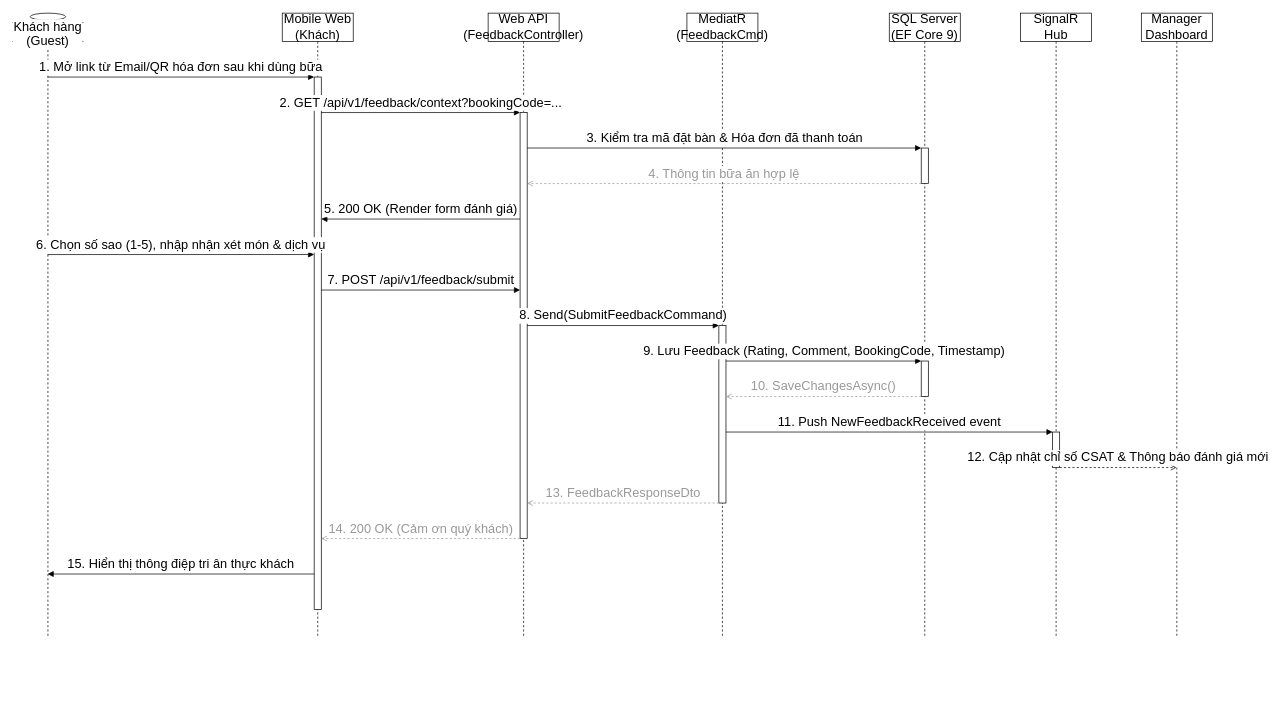
AndrewQng/VinDining keeps this draw.io diagram as docs/phase1/drawio/sd12_guest_feedback.drawio. Above is the earlier version. Source tidied: cells renumbered, new cells numbered last; positions are measured from the earlier drawing's top-left corner, leaving out a move shared by most shapes. Both pictures are drawn from the tidied source at 71%, with x=0, y=0 at pixel (12, 13).
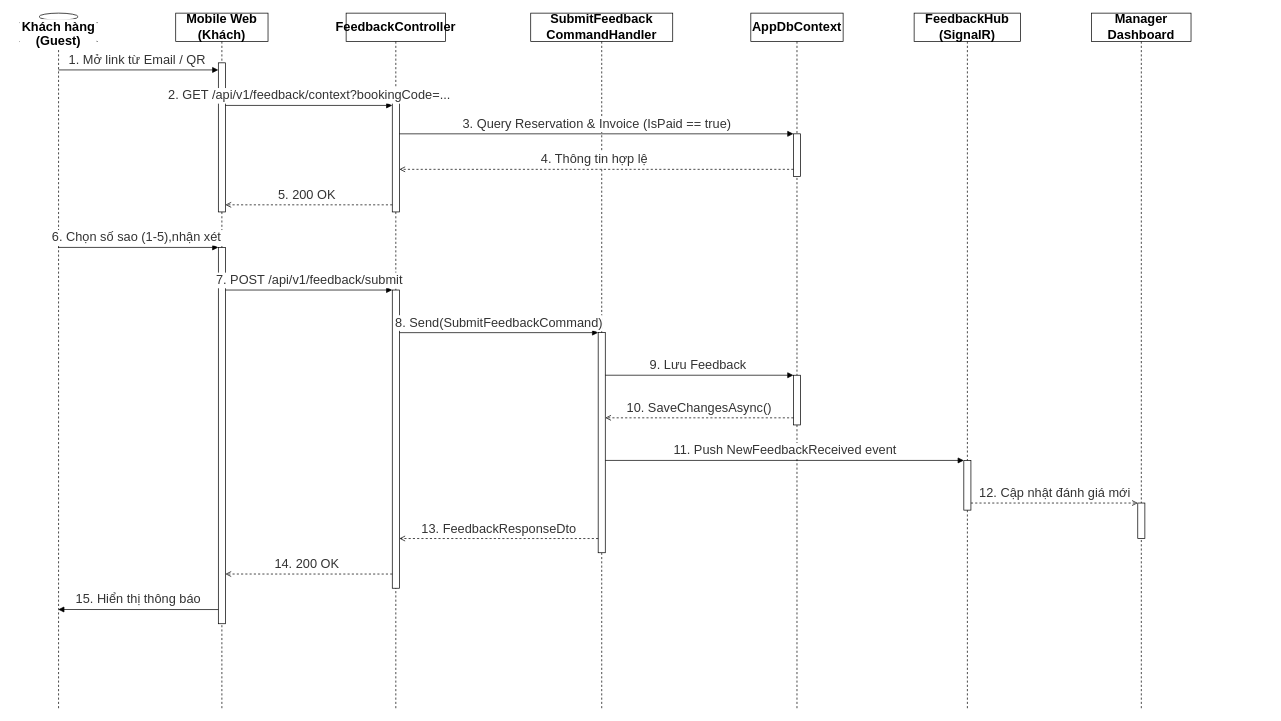
Above is the later version.

The edit, as a diff of the source:
```diff
@@
-    <mxCell id="2" value="Khách hàng (Guest)" style="shape=umlLifeline;perimeter=lifelinePerimeter;whiteSpace=wrap;html=1;outlineConnect=0;portConstraint=eastwest;size=40;participant=umlActor;verticalAlign=bottom;spacingBottom=-14;labelBackgroundColor=#ffffff;fontSize=18;" parent="1" vertex="1">
-      <mxGeometry width="100" height="880" as="geometry" />
+    <mxCell id="2" value="Khách hàng (Guest)" style="shape=umlLifeline;perimeter=lifelinePerimeter;whiteSpace=wrap;html=1;outlineConnect=0;portConstraint=eastwest;size=40;participant=umlActor;verticalAlign=bottom;spacingBottom=-14;labelBackgroundColor=#ffffff;fontSize=18;fontStyle=1;" parent="1" vertex="1">
+      <mxGeometry x="10" width="110" height="980" as="geometry" />
     </mxCell>
-    <mxCell id="3" value="Mobile Web (Khách)" style="shape=umlLifeline;perimeter=lifelinePerimeter;whiteSpace=wrap;html=1;size=40;fontSize=18;" parent="1" vertex="1">
-      <mxGeometry x="380" width="100" height="880" as="geometry" />
+    <mxCell id="3" value="Mobile Web (Khách)" style="shape=umlLifeline;perimeter=lifelinePerimeter;whiteSpace=wrap;html=1;size=40;fontSize=18;fontStyle=1;" parent="1" vertex="1">
+      <mxGeometry x="230" width="130" height="980" as="geometry" />
     </mxCell>
-    <mxCell id="4" style="html=1;points=[];perimeter=orthogonalPerimeter;outlineConnect=0;fillColor=#ffffff;fontSize=18;" parent="3" vertex="1">
-      <mxGeometry x="45" y="90" width="10" height="750" as="geometry" />
-    </mxCell>
+    <mxCell id="30" style="html=1;points=[];perimeter=orthogonalPerimeter;outlineConnect=0;fontSize=18;" parent="3" vertex="1">
+      <mxGeometry x="60" y="70" width="10" height="210" as="geometry" />
+    </mxCell>
+    <mxCell id="31" style="html=1;points=[];perimeter=orthogonalPerimeter;outlineConnect=0;fontSize=18;" parent="3" vertex="1">
+      <mxGeometry x="60" y="330" width="10" height="530" as="geometry" />
+    </mxCell>
-    <mxCell id="5" value="Web API (FeedbackController)" style="shape=umlLifeline;perimeter=lifelinePerimeter;whiteSpace=wrap;html=1;size=40;fontSize=18;" parent="1" vertex="1">
-      <mxGeometry x="670" width="100" height="880" as="geometry" />
+    <mxCell id="5" value="FeedbackController" style="shape=umlLifeline;perimeter=lifelinePerimeter;whiteSpace=wrap;html=1;size=40;fontSize=18;fontStyle=1;" parent="1" vertex="1">
+      <mxGeometry x="470" width="140" height="980" as="geometry" />
     </mxCell>
-    <mxCell id="6" style="html=1;points=[];perimeter=orthogonalPerimeter;outlineConnect=0;fillColor=#ffffff;fontSize=18;" parent="5" vertex="1">
-      <mxGeometry x="45" y="140" width="10" height="600" as="geometry" />
-    </mxCell>
-    <mxCell id="7" value="MediatR (FeedbackCmd)" style="shape=umlLifeline;perimeter=lifelinePerimeter;whiteSpace=wrap;html=1;size=40;fontSize=18;" parent="1" vertex="1">
-      <mxGeometry x="950" width="100" height="880" as="geometry" />
-    </mxCell>
-    <mxCell id="8" style="html=1;points=[];perimeter=orthogonalPerimeter;outlineConnect=0;fillColor=#ffffff;fontSize=18;" parent="7" vertex="1">
-      <mxGeometry x="45" y="440" width="10" height="250" as="geometry" />
-    </mxCell>
+    <mxCell id="32" style="html=1;points=[];perimeter=orthogonalPerimeter;outlineConnect=0;fontSize=18;" parent="5" vertex="1">
+      <mxGeometry x="65" y="120" width="10" height="160" as="geometry" />
+    </mxCell>
+    <mxCell id="33" style="html=1;points=[];perimeter=orthogonalPerimeter;outlineConnect=0;fontSize=18;" parent="5" vertex="1">
+      <mxGeometry x="65" y="390" width="10" height="420" as="geometry" />
+    </mxCell>
+    <mxCell id="34" value="SubmitFeedback&lt;br&gt;CommandHandler" style="shape=umlLifeline;perimeter=lifelinePerimeter;whiteSpace=wrap;html=1;size=40;fontSize=18;fontStyle=1;" parent="1" vertex="1">
+      <mxGeometry x="730" width="200" height="980" as="geometry" />
+    </mxCell>
+    <mxCell id="35" style="html=1;points=[];perimeter=orthogonalPerimeter;outlineConnect=0;fontSize=18;" parent="34" vertex="1">
+      <mxGeometry x="95" y="450" width="10" height="310" as="geometry" />
+    </mxCell>
-    <mxCell id="9" value="SQL Server (EF Core 9)" style="shape=umlLifeline;perimeter=lifelinePerimeter;whiteSpace=wrap;html=1;size=40;fontSize=18;" parent="1" vertex="1">
-      <mxGeometry x="1235" width="100" height="880" as="geometry" />
+    <mxCell id="9" value="AppDbContext" style="shape=umlLifeline;perimeter=lifelinePerimeter;whiteSpace=wrap;html=1;size=40;fontSize=18;fontStyle=1;" parent="1" vertex="1">
+      <mxGeometry x="1040" width="130" height="980" as="geometry" />
     </mxCell>
-    <mxCell id="10" style="html=1;points=[];perimeter=orthogonalPerimeter;outlineConnect=0;fillColor=#ffffff;fontSize=18;" parent="9" vertex="1">
-      <mxGeometry x="45" y="190" width="10" height="50" as="geometry" />
-    </mxCell>
-    <mxCell id="11" style="html=1;points=[];perimeter=orthogonalPerimeter;outlineConnect=0;fillColor=#ffffff;fontSize=18;" parent="9" vertex="1">
-      <mxGeometry x="45" y="490" width="10" height="50" as="geometry" />
-    </mxCell>
+    <mxCell id="36" style="html=1;points=[];perimeter=orthogonalPerimeter;outlineConnect=0;fontSize=18;" parent="9" vertex="1">
+      <mxGeometry x="60" y="170" width="10" height="60" as="geometry" />
+    </mxCell>
+    <mxCell id="37" style="html=1;points=[];perimeter=orthogonalPerimeter;outlineConnect=0;fontSize=18;" parent="9" vertex="1">
+      <mxGeometry x="60" y="510" width="10" height="70" as="geometry" />
+    </mxCell>
-    <mxCell id="12" value="SignalR Hub" style="shape=umlLifeline;perimeter=lifelinePerimeter;whiteSpace=wrap;html=1;size=40;fontSize=18;" parent="1" vertex="1">
-      <mxGeometry x="1420" width="100" height="880" as="geometry" />
+    <mxCell id="12" value="FeedbackHub (SignalR)" style="shape=umlLifeline;perimeter=lifelinePerimeter;whiteSpace=wrap;html=1;size=40;fontSize=18;fontStyle=1;" parent="1" vertex="1">
+      <mxGeometry x="1270" width="150" height="980" as="geometry" />
     </mxCell>
-    <mxCell id="13" style="html=1;points=[];perimeter=orthogonalPerimeter;outlineConnect=0;fillColor=#ffffff;fontSize=18;" parent="12" vertex="1">
-      <mxGeometry x="45" y="590" width="10" height="50" as="geometry" />
-    </mxCell>
+    <mxCell id="38" style="html=1;points=[];perimeter=orthogonalPerimeter;outlineConnect=0;fontSize=18;" parent="12" vertex="1">
+      <mxGeometry x="70" y="630" width="10" height="70" as="geometry" />
+    </mxCell>
-    <mxCell id="14" value="Manager Dashboard" style="shape=umlLifeline;perimeter=lifelinePerimeter;whiteSpace=wrap;html=1;outlineConnect=0;portConstraint=eastwest;size=40;fontSize=18;" parent="1" vertex="1">
-      <mxGeometry x="1590" width="100" height="880" as="geometry" />
+    <mxCell id="14" value="Manager Dashboard" style="shape=umlLifeline;perimeter=lifelinePerimeter;whiteSpace=wrap;html=1;outlineConnect=0;portConstraint=eastwest;size=40;fontSize=18;fontStyle=1;" parent="1" vertex="1">
+      <mxGeometry x="1520" width="140" height="980" as="geometry" />
     </mxCell>
+    <mxCell id="39" style="html=1;points=[];perimeter=orthogonalPerimeter;outlineConnect=0;fontSize=18;" parent="14" vertex="1">
+      <mxGeometry x="65" y="690" width="10" height="50" as="geometry" />
+    </mxCell>
-    <mxCell id="15" value="1. Mở link từ Email/QR hóa đơn sau khi dùng bữa" style="html=1;verticalAlign=bottom;endArrow=block;curved=0;rounded=0;exitX=0.5;exitY=0.1023;entryX=0;entryY=0.0;fontSize=18;" parent="1" edge="1" source="2" target="4">
-      <mxGeometry relative="1" as="geometry" />
+    <mxCell id="15" value="1. Mở link từ Email / QR&amp;nbsp;" style="html=1;verticalAlign=bottom;endArrow=block;curved=0;rounded=0;fontColor=#333333;exitX=0.5;exitY=0.0714;entryX=0;entryY=0.0000;fontSize=18;" parent="1" edge="1">
+      <mxGeometry relative="1" as="geometry">
+        <mxPoint x="64.8" y="80" as="sourcePoint" />
+        <mxPoint x="290" y="80" as="targetPoint" />
+      </mxGeometry>
     </mxCell>
-    <mxCell id="16" value="2. GET /api/v1/feedback/context?bookingCode=..." style="html=1;verticalAlign=bottom;endArrow=block;curved=0;rounded=0;exitX=1;exitY=0.0667;entryX=0;entryY=0.0;fontSize=18;" parent="1" edge="1" source="4" target="6">
-      <mxGeometry relative="1" as="geometry" />
+    <mxCell id="16" value="2. GET /api/v1/feedback/context?bookingCode=..." style="html=1;verticalAlign=bottom;endArrow=block;curved=0;rounded=0;fontColor=#333333;exitX=1;exitY=0.2381;entryX=0;entryY=0.0000;fontSize=18;" parent="1" edge="1">
+      <mxGeometry relative="1" as="geometry">
+        <mxPoint x="300" y="130" as="sourcePoint" />
+        <mxPoint x="535" y="130" as="targetPoint" />
+      </mxGeometry>
     </mxCell>
-    <mxCell id="17" value="3. Kiểm tra mã đặt bàn &amp;amp; Hóa đơn đã thanh toán" style="html=1;verticalAlign=bottom;endArrow=block;curved=0;rounded=0;exitX=1;exitY=0.0833;entryX=0;entryY=0.0;fontSize=18;" parent="1" edge="1" source="6" target="10">
+    <mxCell id="17" value="3. Query Reservation &amp;amp; Invoice (IsPaid == true)" style="html=1;verticalAlign=bottom;endArrow=block;curved=0;rounded=0;fontColor=#333333;exitX=1;exitY=0.3125;entryX=0;entryY=0.0000;fontSize=18;" parent="1" edge="1" source="32" target="36">
       <mxGeometry relative="1" as="geometry" />
     </mxCell>
-    <mxCell id="18" value="4. Thông tin bữa ăn hợp lệ" style="html=1;verticalAlign=bottom;endArrow=open;dashed=1;curved=0;rounded=0;strokeColor=#999999;fontColor=#999999;exitX=0;exitY=1.0;entryX=1;entryY=0.1667;fontSize=18;" parent="1" edge="1" source="10" target="6">
+    <mxCell id="18" value="4. Thông tin hợp lệ&amp;nbsp;" style="html=1;verticalAlign=bottom;endArrow=open;dashed=1;curved=0;rounded=0;fontColor=#333333;exitX=0;exitY=0.8333;entryX=1;entryY=0.6250;fontSize=18;" parent="1" edge="1" source="36" target="32">
       <mxGeometry relative="1" as="geometry" />
     </mxCell>
-    <mxCell id="19" value="5. 200 OK (Render form đánh giá)" style="html=1;verticalAlign=bottom;endArrow=block;curved=0;rounded=0;exitX=0;exitY=0.25;entryX=1;entryY=0.2667;fontSize=18;" parent="1" edge="1" source="6" target="4">
+    <mxCell id="19" value="5. 200 OK&amp;nbsp;" style="html=1;verticalAlign=bottom;endArrow=open;dashed=1;curved=0;rounded=0;fontColor=#333333;exitX=0;exitY=0.9375;entryX=1;entryY=0.9524;fontSize=18;" parent="1" edge="1" source="32" target="30">
       <mxGeometry relative="1" as="geometry" />
     </mxCell>
-    <mxCell id="20" value="6. Chọn số sao (1-5), nhập nhận xét món &amp;amp; dịch vụ" style="html=1;verticalAlign=bottom;endArrow=block;curved=0;rounded=0;exitX=0.5;exitY=0.3864;entryX=0;entryY=0.3333;fontSize=18;" parent="1" edge="1" source="2" target="4">
+    <mxCell id="20" value="6. Chọn số sao (1-5),nhận xét&amp;nbsp;" style="html=1;verticalAlign=bottom;endArrow=block;curved=0;rounded=0;fontColor=#333333;exitX=0.5;exitY=0.3367;entryX=0;entryY=0.0000;fontSize=18;" parent="1" edge="1" source="2" target="31">
       <mxGeometry relative="1" as="geometry" />
     </mxCell>
-    <mxCell id="21" value="7. POST /api/v1/feedback/submit" style="html=1;verticalAlign=bottom;endArrow=block;curved=0;rounded=0;exitX=1;exitY=0.4;entryX=0;entryY=0.4167;fontSize=18;" parent="1" edge="1" source="4" target="6">
+    <mxCell id="21" value="7. POST /api/v1/feedback/submit" style="html=1;verticalAlign=bottom;endArrow=block;curved=0;rounded=0;fontColor=#333333;exitX=1;exitY=0.1132;entryX=0;entryY=0.0000;fontSize=18;" parent="1" edge="1" source="31" target="33">
       <mxGeometry relative="1" as="geometry" />
     </mxCell>
-    <mxCell id="22" value="8. Send(SubmitFeedbackCommand)" style="html=1;verticalAlign=bottom;endArrow=block;curved=0;rounded=0;exitX=1;exitY=0.5;entryX=0;entryY=0.0;fontSize=18;" parent="1" edge="1" source="6" target="8">
+    <mxCell id="22" value="8. Send(SubmitFeedbackCommand)" style="html=1;verticalAlign=bottom;endArrow=block;curved=0;rounded=0;fontColor=#333333;exitX=1;exitY=0.1429;entryX=0;entryY=0.0000;fontSize=18;" parent="1" edge="1" source="33" target="35">
       <mxGeometry relative="1" as="geometry" />
     </mxCell>
-    <mxCell id="23" value="9. Lưu Feedback (Rating, Comment, BookingCode, Timestamp)" style="html=1;verticalAlign=bottom;endArrow=block;curved=0;rounded=0;exitX=1;exitY=0.2;entryX=0;entryY=0.0;fontSize=18;" parent="1" edge="1" source="8" target="11">
+    <mxCell id="23" value="9. Lưu Feedback&amp;nbsp;" style="html=1;verticalAlign=bottom;endArrow=block;curved=0;rounded=0;fontColor=#333333;exitX=1;exitY=0.1935;entryX=0;entryY=0.0000;fontSize=18;" parent="1" edge="1" source="35" target="37">
       <mxGeometry relative="1" as="geometry" />
     </mxCell>
-    <mxCell id="24" value="10. SaveChangesAsync()" style="html=1;verticalAlign=bottom;endArrow=open;dashed=1;curved=0;rounded=0;strokeColor=#999999;fontColor=#999999;exitX=0;exitY=1.0;entryX=1;entryY=0.4;fontSize=18;" parent="1" edge="1" source="11" target="8">
+    <mxCell id="24" value="10. SaveChangesAsync()" style="html=1;verticalAlign=bottom;endArrow=open;dashed=1;curved=0;rounded=0;fontColor=#333333;exitX=0;exitY=0.8571;entryX=1;entryY=0.3871;fontSize=18;" parent="1" edge="1" source="37" target="35">
       <mxGeometry relative="1" as="geometry" />
     </mxCell>
-    <mxCell id="25" value="11. Push NewFeedbackReceived event" style="html=1;verticalAlign=bottom;endArrow=block;curved=0;rounded=0;exitX=1;exitY=0.6;entryX=0;entryY=0.0;fontSize=18;" parent="1" edge="1" source="8" target="13">
+    <mxCell id="25" value="11. Push NewFeedbackReceived event" style="html=1;verticalAlign=bottom;endArrow=block;curved=0;rounded=0;fontColor=#333333;exitX=1;exitY=0.5806;entryX=0;entryY=0.0000;fontSize=18;" parent="1" edge="1" source="35" target="38">
       <mxGeometry relative="1" as="geometry" />
     </mxCell>
-    <mxCell id="26" value="12. Cập nhật chỉ số CSAT &amp;amp; Thông báo đánh giá mới" style="html=1;verticalAlign=bottom;endArrow=open;dashed=1;curved=0;rounded=0;exitX=1;exitY=1.0;entryX=0.5;entryY=0.7273;fontSize=18;" parent="1" edge="1" source="13" target="14">
+    <mxCell id="26" value="12. Cập nhật đánh giá mới" style="html=1;verticalAlign=bottom;endArrow=open;dashed=1;curved=0;rounded=0;fontColor=#333333;exitX=1;exitY=0.8571;entryX=0;entryY=0.0000;fontSize=18;" parent="1" edge="1" source="38" target="39">
       <mxGeometry relative="1" as="geometry" />
     </mxCell>
-    <mxCell id="27" value="13. FeedbackResponseDto" style="html=1;verticalAlign=bottom;endArrow=open;dashed=1;curved=0;rounded=0;strokeColor=#999999;fontColor=#999999;exitX=0;exitY=1.0;entryX=1;entryY=0.9167;fontSize=18;" parent="1" edge="1" source="8" target="6">
+    <mxCell id="27" value="13. FeedbackResponseDto" style="html=1;verticalAlign=bottom;endArrow=open;dashed=1;curved=0;rounded=0;fontColor=#333333;exitX=0;exitY=0.9355;entryX=1;entryY=0.8333;fontSize=18;" parent="1" edge="1" source="35" target="33">
       <mxGeometry relative="1" as="geometry" />
     </mxCell>
-    <mxCell id="28" value="14. 200 OK (Cảm ơn quý khách)" style="html=1;verticalAlign=bottom;endArrow=open;dashed=1;curved=0;rounded=0;strokeColor=#999999;fontColor=#999999;exitX=0;exitY=1.0;entryX=1;entryY=0.8667;fontSize=18;" parent="1" edge="1" source="6" target="4">
+    <mxCell id="28" value="14. 200 OK&amp;nbsp;" style="html=1;verticalAlign=bottom;endArrow=open;dashed=1;curved=0;rounded=0;fontColor=#333333;exitX=0;exitY=0.9524;entryX=1;entryY=0.8679;fontSize=18;" parent="1" edge="1" source="33" target="31">
       <mxGeometry relative="1" as="geometry" />
     </mxCell>
-    <mxCell id="29" value="15. Hiển thị thông điệp tri ân thực khách" style="html=1;verticalAlign=bottom;endArrow=block;curved=0;rounded=0;exitX=0;exitY=0.9333;entryX=0.5;entryY=0.8977;fontSize=18;" parent="1" edge="1" source="4" target="2">
+    <mxCell id="29" value="15. Hiển thị thông báo" style="html=1;verticalAlign=bottom;endArrow=block;curved=0;rounded=0;fontColor=#333333;exitX=0;exitY=0.9623;entryX=0.5;entryY=0.8571;fontSize=18;" parent="1" edge="1" source="31" target="2">
       <mxGeometry relative="1" as="geometry" />
     </mxCell>
```
